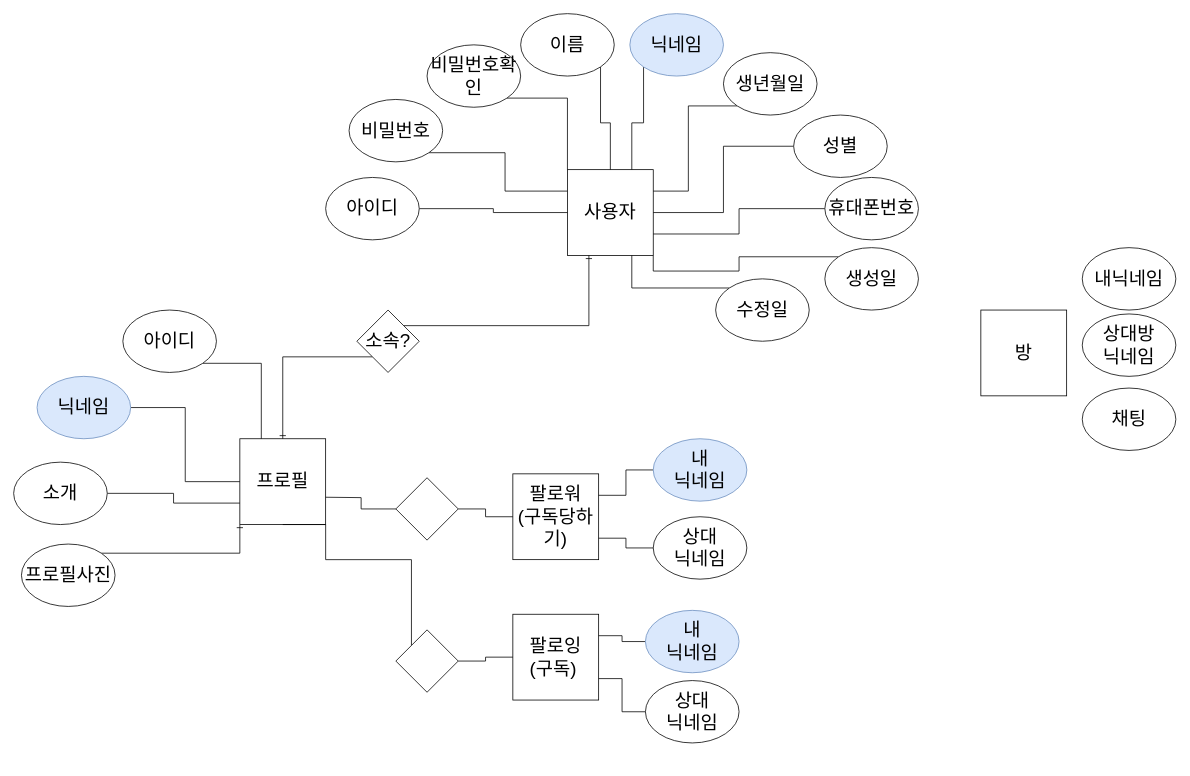
Before: Untitled Diagram.drawio in DHMaeng/DB, a draw.io diagram. Source tidied: cells renumbered, new cells numbered last; positions are measured from the earlier drawing's top-left corner, leaving out a move shared by most shapes. Both pictures are drawn from the tidied source at 78%, with x=0, y=0 at pixel (13, 13).
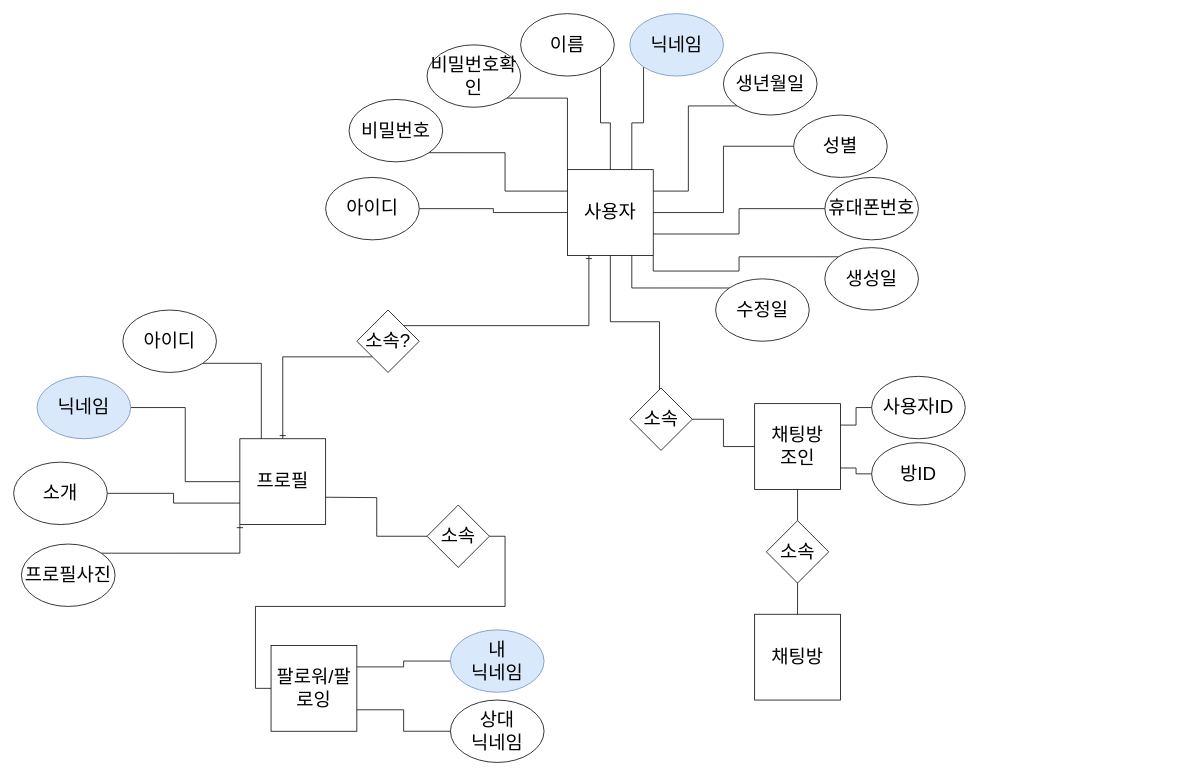
After the change.

The change refers to these unchanged cells:
```xml
<mxCell id="2" value="&lt;span style=&quot;font-size: 24px&quot;&gt;사용자&lt;/span&gt;" style="whiteSpace=wrap;html=1;" parent="1" vertex="1">
  <mxGeometry x="710" y="200" width="110" height="110" as="geometry" />
</mxCell>
<mxCell id="19" value="&lt;span style=&quot;font-size: 24px&quot;&gt;프로필&lt;br&gt;&lt;/span&gt;" style="whiteSpace=wrap;html=1;" parent="1" vertex="1">
  <mxGeometry x="290" y="545" width="110" height="110" as="geometry" />
</mxCell>
```

Diff of the diagram source:
```diff
@@
+    <mxCell id="55" style="edgeStyle=orthogonalEdgeStyle;rounded=0;jettySize=auto;html=1;exitX=0.5;exitY=1;exitDx=0;exitDy=0;entryX=0.475;entryY=0.25;entryDx=0;entryDy=0;entryPerimeter=0;endArrow=none;endFill=0;" parent="1" edge="1" source="2" target="61">
+      <mxGeometry relative="1" as="geometry" />
+    </mxCell>
@@
+    <mxCell id="56" style="edgeStyle=orthogonalEdgeStyle;rounded=0;jettySize=auto;html=1;exitX=0.5;exitY=1;exitDx=0;exitDy=0;entryX=0.5;entryY=0;entryDx=0;entryDy=0;endArrow=none;endFill=0;" parent="1" edge="1" source="29" target="63">
+      <mxGeometry relative="1" as="geometry" />
+    </mxCell>
-    <mxCell id="29" value="&lt;span style=&quot;font-size: 24px&quot;&gt;방&lt;br&gt;&lt;/span&gt;" style="whiteSpace=wrap;html=1;" parent="1" vertex="1">
-      <mxGeometry x="1240" y="380" width="110" height="110" as="geometry" />
+    <mxCell id="29" value="&lt;span style=&quot;font-size: 24px&quot;&gt;채팅방&lt;br&gt;조인&lt;br&gt;&lt;/span&gt;" style="whiteSpace=wrap;html=1;" parent="1" vertex="1">
+      <mxGeometry x="950" y="500" width="110" height="110" as="geometry" />
     </mxCell>
-    <mxCell id="30" value="&lt;font style=&quot;font-size: 24px&quot;&gt;내닉네임&lt;/font&gt;" style="ellipse;whiteSpace=wrap;html=1;" parent="1" vertex="1">
-      <mxGeometry x="1370" y="300" width="120" height="80" as="geometry" />
-    </mxCell>
+    <mxCell id="57" style="edgeStyle=orthogonalEdgeStyle;rounded=0;jettySize=auto;html=1;exitX=0;exitY=0.5;exitDx=0;exitDy=0;entryX=1;entryY=0.25;entryDx=0;entryDy=0;endArrow=none;endFill=0;" parent="1" edge="1" source="31" target="29">
+      <mxGeometry relative="1" as="geometry" />
+    </mxCell>
-    <mxCell id="31" value="&lt;font style=&quot;font-size: 24px&quot;&gt;상대방&lt;br&gt;닉네임&lt;/font&gt;" style="ellipse;whiteSpace=wrap;html=1;" parent="1" vertex="1">
-      <mxGeometry x="1370" y="385" width="120" height="80" as="geometry" />
+    <mxCell id="31" value="&lt;span style=&quot;font-size: 24px&quot;&gt;사용자ID&lt;/span&gt;" style="ellipse;whiteSpace=wrap;html=1;" parent="1" vertex="1">
+      <mxGeometry x="1100" y="465" width="120" height="80" as="geometry" />
     </mxCell>
+    <mxCell id="58" style="edgeStyle=orthogonalEdgeStyle;rounded=0;jettySize=auto;html=1;exitX=0;exitY=0.5;exitDx=0;exitDy=0;entryX=1;entryY=0.75;entryDx=0;entryDy=0;endArrow=none;endFill=0;" parent="1" edge="1" source="32" target="29">
+      <mxGeometry relative="1" as="geometry" />
+    </mxCell>
-    <mxCell id="32" value="&lt;span style=&quot;font-size: 24px&quot;&gt;채팅&lt;/span&gt;" style="ellipse;whiteSpace=wrap;html=1;" parent="1" vertex="1">
-      <mxGeometry x="1370" y="480" width="120" height="80" as="geometry" />
+    <mxCell id="32" value="&lt;span style=&quot;font-size: 24px&quot;&gt;방ID&lt;/span&gt;" style="ellipse;whiteSpace=wrap;html=1;" parent="1" vertex="1">
+      <mxGeometry x="1100" y="550" width="120" height="80" as="geometry" />
     </mxCell>
@@
-    <mxCell id="36" style="edgeStyle=orthogonalEdgeStyle;rounded=0;jettySize=auto;html=1;exitX=0.5;exitY=1;exitDx=0;exitDy=0;entryX=0;entryY=0;entryDx=0;entryDy=0;endArrow=none;endFill=0;" parent="1" edge="1" source="19" target="50">
-      <mxGeometry relative="1" as="geometry">
-        <Array as="points">
-          <mxPoint x="400" y="655" />
-          <mxPoint x="400" y="700" />
-          <mxPoint x="510" y="700" />
-        </Array>
-      </mxGeometry>
-    </mxCell>
-    <mxCell id="37" value="&lt;span style=&quot;font-size: 24px&quot;&gt;팔로워&lt;br&gt;(구독당하기)&lt;br&gt;&lt;/span&gt;" style="whiteSpace=wrap;html=1;" parent="1" vertex="1">
-      <mxGeometry x="640" y="590" width="110" height="110" as="geometry" />
+    <mxCell id="37" value="&lt;span style=&quot;font-size: 24px&quot;&gt;팔로워/팔로잉&lt;br&gt;&lt;/span&gt;" style="whiteSpace=wrap;html=1;" parent="1" vertex="1">
+      <mxGeometry x="330" y="810" width="110" height="110" as="geometry" />
     </mxCell>
-    <mxCell id="38" value="&lt;div style=&quot;text-align: left&quot;&gt;&lt;span style=&quot;font-size: 24px&quot;&gt;팔로잉&lt;/span&gt;&lt;/div&gt;&lt;div style=&quot;text-align: left&quot;&gt;&lt;span style=&quot;font-size: 24px&quot;&gt;(구독)&lt;/span&gt;&lt;/div&gt;" style="whiteSpace=wrap;html=1;" parent="1" vertex="1">
-      <mxGeometry x="640" y="770" width="110" height="110" as="geometry" />
-    </mxCell>
@@
     <mxCell id="40" value="&lt;span style=&quot;font-size: 24px&quot;&gt;내&lt;br&gt;닉네임&lt;/span&gt;" style="ellipse;whiteSpace=wrap;html=1;fillColor=#dae8fc;strokeColor=#6c8ebf;" parent="1" vertex="1">
-      <mxGeometry x="820" y="545" width="120" height="80" as="geometry" />
+      <mxGeometry x="560" y="790" width="120" height="80" as="geometry" />
     </mxCell>
@@
     <mxCell id="42" value="&lt;span style=&quot;font-size: 24px&quot;&gt;상대&lt;br&gt;닉네임&lt;/span&gt;" style="ellipse;whiteSpace=wrap;html=1;" parent="1" vertex="1">
-      <mxGeometry x="820" y="645" width="120" height="80" as="geometry" />
+      <mxGeometry x="560" y="880" width="120" height="80" as="geometry" />
     </mxCell>
-    <mxCell id="43" style="edgeStyle=orthogonalEdgeStyle;rounded=0;jettySize=auto;html=1;exitX=0;exitY=0.5;exitDx=0;exitDy=0;entryX=1;entryY=0.25;entryDx=0;entryDy=0;endArrow=none;endFill=0;" parent="1" edge="1" source="44" target="38">
-      <mxGeometry relative="1" as="geometry" />
-    </mxCell>
-    <mxCell id="44" value="&lt;span style=&quot;font-size: 24px&quot;&gt;내&lt;br&gt;닉네임&lt;/span&gt;" style="ellipse;whiteSpace=wrap;html=1;fillColor=#dae8fc;strokeColor=#6c8ebf;" parent="1" vertex="1">
-      <mxGeometry x="810" y="765" width="120" height="80" as="geometry" />
-    </mxCell>
-    <mxCell id="45" style="edgeStyle=orthogonalEdgeStyle;rounded=0;jettySize=auto;html=1;exitX=0;exitY=0.5;exitDx=0;exitDy=0;entryX=1;entryY=0.75;entryDx=0;entryDy=0;endArrow=none;endFill=0;" parent="1" edge="1" source="46" target="38">
-      <mxGeometry relative="1" as="geometry" />
-    </mxCell>
-    <mxCell id="46" value="&lt;span style=&quot;font-size: 24px&quot;&gt;상대&lt;br&gt;닉네임&lt;/span&gt;" style="ellipse;whiteSpace=wrap;html=1;" parent="1" vertex="1">
-      <mxGeometry x="810" y="855" width="120" height="80" as="geometry" />
-    </mxCell>
@@
-    <mxCell id="48" style="rhombus;whiteSpace=wrap;html=1;" parent="1" vertex="1">
-      <mxGeometry x="490" y="595" width="80" height="80" as="geometry" />
+    <mxCell id="48" value="&lt;font style=&quot;font-size: 24px&quot;&gt;소속&lt;/font&gt;" style="rhombus;whiteSpace=wrap;html=1;" parent="1" vertex="1">
+      <mxGeometry x="530" y="630" width="80" height="80" as="geometry" />
     </mxCell>
-    <mxCell id="49" style="edgeStyle=orthogonalEdgeStyle;rounded=0;jettySize=auto;html=1;exitX=1;exitY=0.5;exitDx=0;exitDy=0;entryX=0;entryY=0.5;entryDx=0;entryDy=0;endArrow=none;endFill=0;" parent="1" edge="1" source="50" target="38">
-      <mxGeometry relative="1" as="geometry" />
-    </mxCell>
-    <mxCell id="50" style="rhombus;whiteSpace=wrap;html=1;" parent="1" vertex="1">
-      <mxGeometry x="490" y="790" width="80" height="80" as="geometry" />
-    </mxCell>
@@
+    <mxCell id="59" value="&lt;span style=&quot;font-size: 24px&quot;&gt;채팅방&lt;br&gt;&lt;/span&gt;" style="whiteSpace=wrap;html=1;" parent="1" vertex="1">
+      <mxGeometry x="950" y="770" width="110" height="110" as="geometry" />
+    </mxCell>
+    <mxCell id="60" style="edgeStyle=orthogonalEdgeStyle;rounded=0;jettySize=auto;html=1;exitX=1;exitY=0.5;exitDx=0;exitDy=0;endArrow=none;endFill=0;" parent="1" edge="1" source="61" target="29">
+      <mxGeometry relative="1" as="geometry" />
+    </mxCell>
+    <mxCell id="61" value="&lt;font style=&quot;font-size: 24px&quot;&gt;소속&lt;/font&gt;" style="rhombus;whiteSpace=wrap;html=1;" parent="1" vertex="1">
+      <mxGeometry x="790" y="480" width="80" height="80" as="geometry" />
+    </mxCell>
+    <mxCell id="62" style="edgeStyle=orthogonalEdgeStyle;rounded=0;jettySize=auto;html=1;exitX=0.5;exitY=1;exitDx=0;exitDy=0;endArrow=none;endFill=0;" parent="1" edge="1" source="63" target="59">
+      <mxGeometry relative="1" as="geometry" />
+    </mxCell>
+    <mxCell id="63" value="&lt;font style=&quot;font-size: 24px&quot;&gt;소속&lt;/font&gt;" style="rhombus;whiteSpace=wrap;html=1;" parent="1" vertex="1">
+      <mxGeometry x="965" y="650" width="80" height="80" as="geometry" />
+    </mxCell>
```
